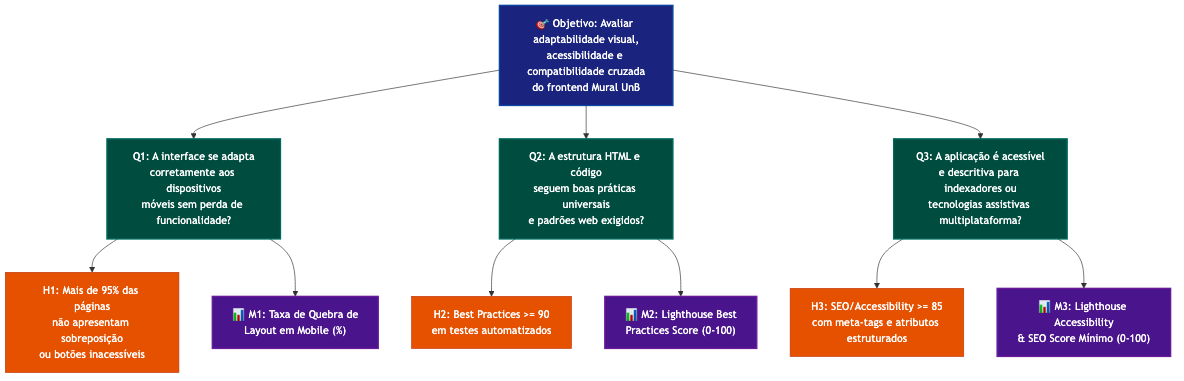
Earlier version of the Mermaid export docs/Fase2/diagrams/portabilidade.png (FCTE-Qualidade-de-Software-1/2026-1_T01_GRACE_HOPPER). Its source is kept beside it as docs/Fase2/diagrams/portabilidade.mmd.
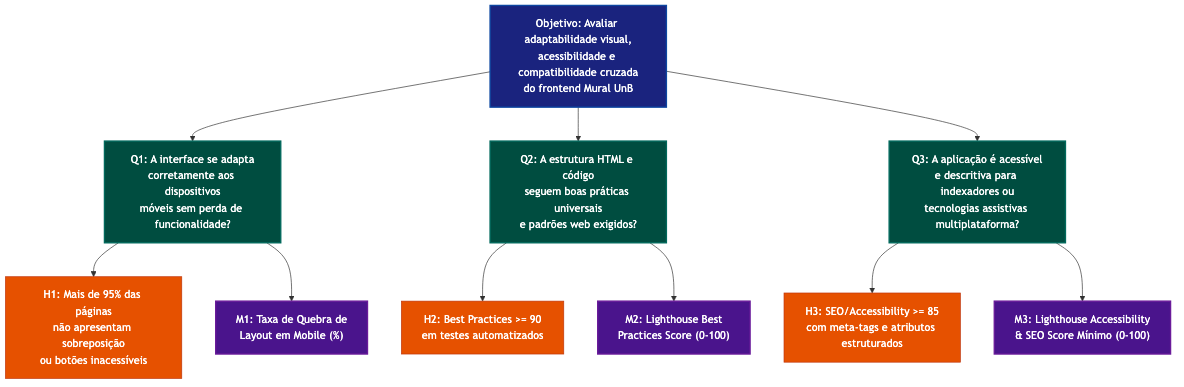
The same diagram one commit later.

The edit, as a diff of the source:
```diff
@@ -1,5 +1,5 @@
 flowchart TB
-  OBJ["🎯 Objetivo: Avaliar adaptabilidade visual,\nacessibilidade e compatibilidade cruzada\ndo frontend Mural UnB"]
+  OBJ["Objetivo: Avaliar adaptabilidade visual,\nacessibilidade e compatibilidade cruzada\ndo frontend Mural UnB"]
 
   OBJ --> Q1["Q1: A interface se adapta\ncorretamente aos dispositivos\nmóveis sem perda de funcionalidade?"]
   OBJ --> Q2["Q2: A estrutura HTML e código\nseguem boas práticas universais\ne padrões web exigidos?"]
@@ -9,9 +9,9 @@
   Q2 --> H2["H2: Best Practices >= 90\nem testes automatizados"]
   Q3 --> H3["H3: SEO/Accessibility >= 85\ncom meta-tags e atributos estruturados"]
 
-  Q1 --> M1["📊 M1: Taxa de Quebra de\nLayout em Mobile (%)"]
-  Q2 --> M2["📊 M2: Lighthouse Best\nPractices Score (0-100)"]
-  Q3 --> M3["📊 M3: Lighthouse Accessibility\n& SEO Score Mínimo (0-100)"]
+  Q1 --> M1["M1: Taxa de Quebra de\nLayout em Mobile (%)"]
+  Q2 --> M2["M2: Lighthouse Best\nPractices Score (0-100)"]
+  Q3 --> M3["M3: Lighthouse Accessibility\n& SEO Score Mínimo (0-100)"]
 
   style OBJ fill:#1a237e,color:#fff,stroke:#0d47a1,stroke-width:2px
   style Q1 fill:#004d40,color:#fff,stroke:#00695c,stroke-width:2px
```
